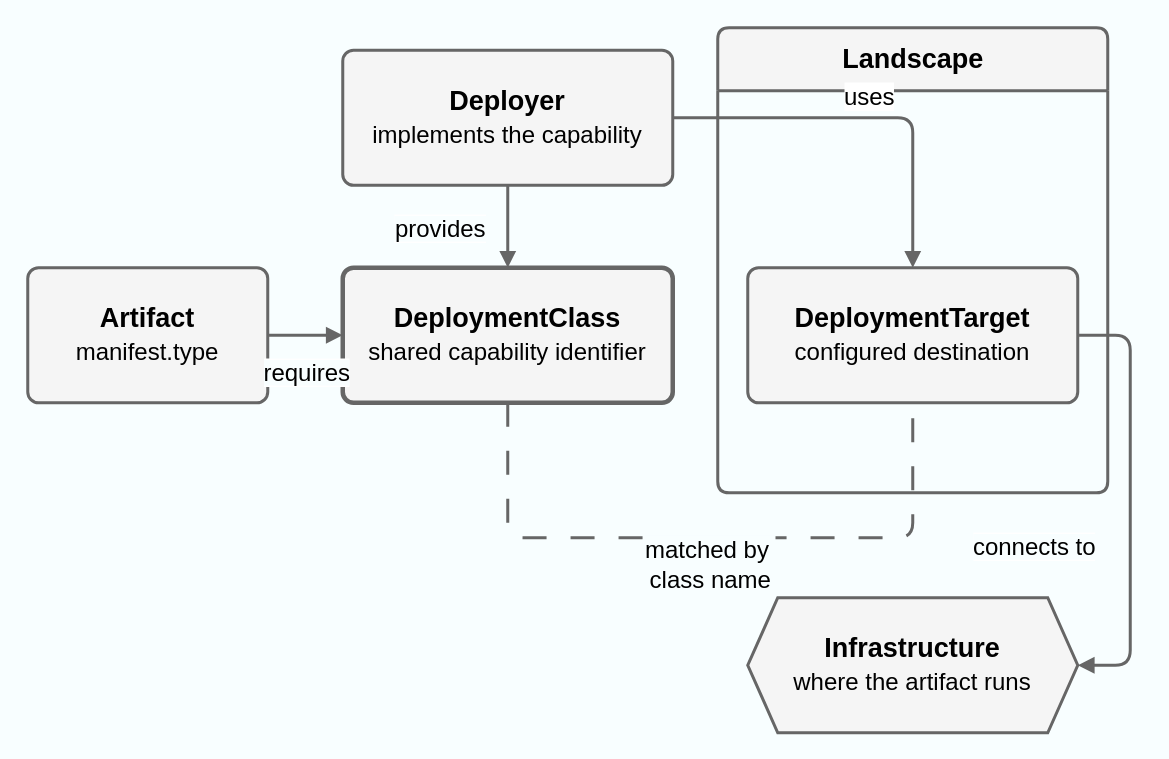
This is public/assets/diagrams/deployment-model.drawio from konfidence-project/konfidence-docs, a draw.io file, before an edit. Source tidied: cells renumbered, new cells numbered last; positions are measured from the earlier drawing's top-left corner, leaving out a move shared by most shapes. Both pictures are drawn from the tidied source at 150%, with x=0, y=0 at pixel (27, 27).
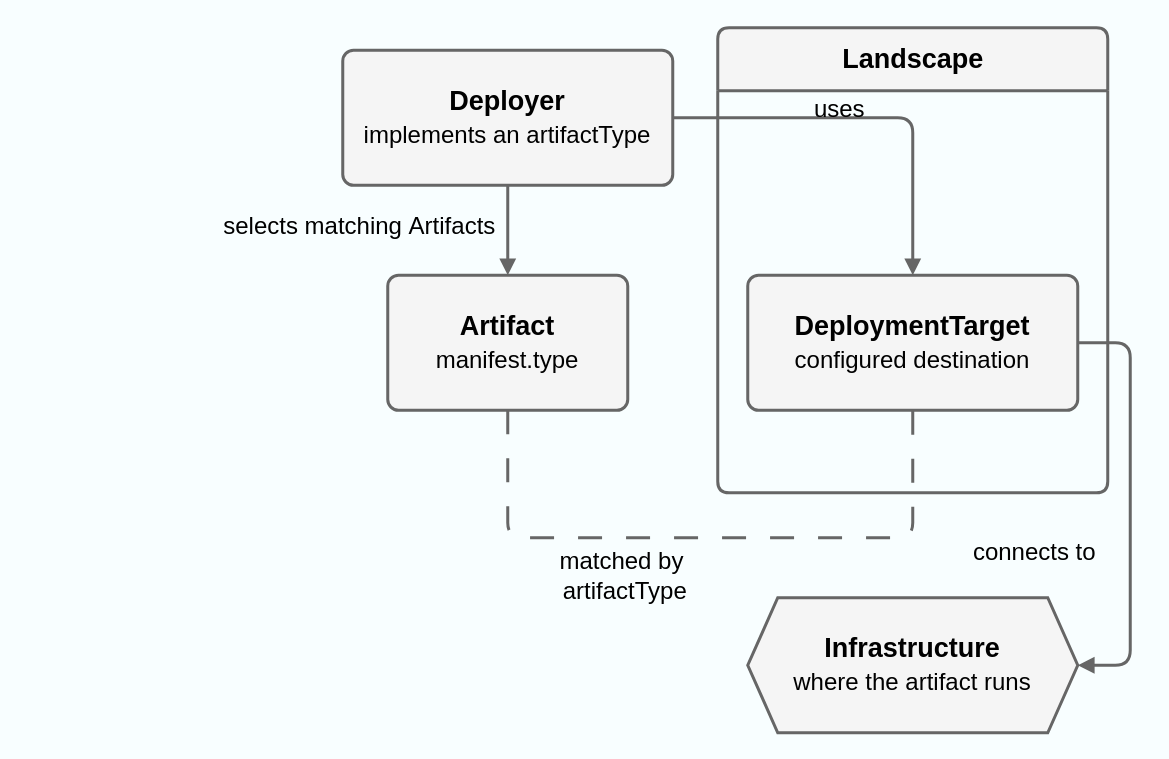
The same page after the edit.

Unchanged cells that the change refers to:
```xml
<mxCell id="5" value="&lt;b&gt;Landscape&lt;/b&gt;" style="swimlane;html=1;rounded=1;arcSize=6;startSize=42;horizontal=1;fillColor=#f5f5f5;strokeColor=#666666;strokeWidth=2;fontColor=#000000;fontSize=18;" parent="1" vertex="1">
  <mxGeometry x="460" width="260" height="310" as="geometry" />
</mxCell>
<mxCell id="7" value="&lt;b&gt;Infrastructure&lt;/b&gt;&lt;div&gt;&lt;font style=&quot;font-size: 16px;&quot;&gt;where the artifact runs&lt;/font&gt;&lt;/div&gt;" style="shape=hexagon;perimeter=hexagonPerimeter2;whiteSpace=wrap;html=1;fixedSize=1;fillColor=#f5f5f5;strokeColor=#666666;strokeWidth=2;fontColor=#000000;fontSize=18;" parent="1" vertex="1">
  <mxGeometry x="480" y="380" width="220" height="90" as="geometry" />
</mxCell>
<mxCell id="15" style="endArrow=block;endFill=1;strokeColor=#666666;strokeWidth=2;fontSize=16;fontColor=#000000;html=1;edgeStyle=orthogonalEdgeStyle;labelBackgroundColor=#F8FEFF;fillColor=#f5f5f5;exitX=1;exitY=0.5;exitDx=0;exitDy=0;entryX=0.5;entryY=0;entryDx=0;entryDy=0;" parent="1" edge="1" source="4" target="6">
  <mxGeometry relative="1" as="geometry" />
</mxCell>
```

Change to the diagram source:
```diff
@@
     <mxCell id="2" value="&lt;b&gt;Artifact&lt;/b&gt;&lt;div&gt;&lt;font style=&quot;font-size: 16px;&quot;&gt;manifest.type&lt;/font&gt;&lt;/div&gt;" style="rounded=1;arcSize=8;whiteSpace=wrap;html=1;fillColor=#f5f5f5;strokeColor=#666666;strokeWidth=2;fontColor=#000000;fontSize=18;" parent="1" vertex="1">
-      <mxGeometry y="160" width="160" height="90" as="geometry" />
+      <mxGeometry x="240" y="165" width="160" height="90" as="geometry" />
     </mxCell>
-    <mxCell id="3" value="&lt;b&gt;DeploymentClass&lt;/b&gt;&lt;div&gt;&lt;font style=&quot;font-size: 16px;&quot;&gt;shared capability identifier&lt;/font&gt;&lt;/div&gt;" style="rounded=1;arcSize=8;whiteSpace=wrap;html=1;fillColor=#f5f5f5;strokeColor=#666666;strokeWidth=3;fontColor=#000000;fontSize=18;" parent="1" vertex="1">
-      <mxGeometry x="210" y="160" width="220" height="90" as="geometry" />
-    </mxCell>
-    <mxCell id="4" value="&lt;b&gt;Deployer&lt;/b&gt;&lt;div&gt;&lt;font style=&quot;font-size: 16px;&quot;&gt;implements the capability&lt;/font&gt;&lt;/div&gt;" style="rounded=1;arcSize=8;whiteSpace=wrap;html=1;fillColor=#f5f5f5;strokeColor=#666666;strokeWidth=2;fontColor=#000000;fontSize=18;" parent="1" vertex="1">
+    <mxCell id="4" value="&lt;b&gt;Deployer&lt;/b&gt;&lt;div&gt;&lt;font style=&quot;font-size: 16px;&quot;&gt;implements an artifactType&lt;/font&gt;&lt;/div&gt;" style="rounded=1;arcSize=8;whiteSpace=wrap;html=1;fillColor=#f5f5f5;strokeColor=#666666;strokeWidth=2;fontColor=#000000;fontSize=18;" parent="1" vertex="1">
       <mxGeometry x="210" y="15" width="220" height="90" as="geometry" />
     </mxCell>
@@
     <mxCell id="6" value="&lt;b&gt;DeploymentTarget&lt;/b&gt;&lt;div&gt;&lt;font style=&quot;font-size: 16px;&quot;&gt;configured destination&lt;/font&gt;&lt;/div&gt;" style="rounded=1;arcSize=8;whiteSpace=wrap;html=1;fillColor=#f5f5f5;strokeColor=#666666;strokeWidth=2;fontColor=#000000;fontSize=18;" parent="5" vertex="1">
-      <mxGeometry x="20" y="160" width="220" height="90" as="geometry" />
+      <mxGeometry x="20" y="165" width="220" height="90" as="geometry" />
     </mxCell>
@@
-    <mxCell id="8" style="endArrow=block;endFill=1;strokeColor=#666666;strokeWidth=2;fontSize=16;fontColor=#000000;html=1;edgeStyle=orthogonalEdgeStyle;labelBackgroundColor=#F8FEFF;fillColor=#f5f5f5;" parent="1" edge="1" source="2" target="3">
-      <mxGeometry relative="1" as="geometry" />
-    </mxCell>
-    <mxCell id="9" value="&lt;span style=&quot;font-size: 16px; background-color: rgb(248, 254, 255);&quot;&gt;requires&lt;/span&gt;" style="edgeLabel;html=1;align=center;verticalAlign=middle;fontSize=16;" parent="8" vertex="1">
-      <mxGeometry relative="1" as="geometry">
-        <mxPoint y="24" as="offset" />
-      </mxGeometry>
-    </mxCell>
-    <mxCell id="10" style="endArrow=block;endFill=1;strokeColor=#666666;strokeWidth=2;fontSize=16;fontColor=#000000;html=1;edgeStyle=orthogonalEdgeStyle;labelBackgroundColor=#F8FEFF;exitX=0.5;exitY=1;exitDx=0;exitDy=0;entryX=0.5;entryY=0;entryDx=0;entryDy=0;fillColor=#f5f5f5;" parent="1" edge="1" source="4" target="3">
+    <mxCell id="10" style="endArrow=block;endFill=1;strokeColor=#666666;strokeWidth=2;fontSize=16;fontColor=#000000;html=1;edgeStyle=orthogonalEdgeStyle;labelBackgroundColor=#F8FEFF;exitX=0.5;exitY=1;exitDx=0;exitDy=0;fillColor=#f5f5f5;entryX=0.5;entryY=0;entryDx=0;entryDy=0;" parent="1" edge="1" source="4" target="2">
       <mxGeometry relative="1" as="geometry" />
     </mxCell>
-    <mxCell id="11" value="&lt;span style=&quot;font-size: 16px; background-color: rgb(248, 254, 255);&quot;&gt;provides&lt;/span&gt;" style="edgeLabel;html=1;align=center;verticalAlign=middle;fontSize=16;" parent="10" vertex="1">
+    <mxCell id="11" value="&lt;span style=&quot;&quot;&gt;selects matching&amp;nbsp;&lt;/span&gt;&lt;span style=&quot;color: light-dark(rgb(0, 0, 0), rgb(255, 255, 255));&quot;&gt;Artifacts&lt;/span&gt;" style="edgeLabel;html=1;align=center;verticalAlign=middle;fontSize=16;labelBackgroundColor=none;" parent="10" vertex="1">
       <mxGeometry relative="1" as="geometry">
-        <mxPoint x="-46" as="offset" />
+        <mxPoint x="-100" y="-4" as="offset" />
       </mxGeometry>
     </mxCell>
-    <mxCell id="12" value="matched by&amp;nbsp;&lt;div&gt;class name&lt;/div&gt;" style="endArrow=none;endFill=0;strokeColor=#666666;strokeWidth=2;fontSize=16;fontColor=#000000;html=1;edgeStyle=orthogonalEdgeStyle;labelBackgroundColor=#F8FEFF;fillColor=#f5f5f5;dashed=1;dashPattern=8 8;entryX=0.5;entryY=1;entryDx=0;entryDy=0;exitX=0.5;exitY=1;exitDx=0;exitDy=0;" parent="1" edge="1" source="3" target="6">
-      <mxGeometry y="-18" relative="1" as="geometry">
+    <mxCell id="12" value="matched by&amp;nbsp;&lt;div&gt;artifactType&lt;/div&gt;" style="endArrow=none;endFill=0;strokeColor=#666666;strokeWidth=2;fontSize=16;fontColor=#000000;html=1;edgeStyle=orthogonalEdgeStyle;labelBackgroundColor=none;fillColor=#f5f5f5;dashed=1;dashPattern=8 8;entryX=0.5;entryY=1;entryDx=0;entryDy=0;exitX=0.5;exitY=1;exitDx=0;exitDy=0;" parent="1" edge="1" source="2" target="6">
+      <mxGeometry x="-0.26" y="-25" relative="1" as="geometry">
         <Array as="points">
           <mxPoint x="320" y="340" />
           <mxPoint x="590" y="340" />
         </Array>
       </mxGeometry>
     </mxCell>
     <mxCell id="13" style="endArrow=block;endFill=1;strokeColor=#666666;strokeWidth=2;fontSize=16;fontColor=#000000;html=1;edgeStyle=orthogonalEdgeStyle;labelBackgroundColor=#F8FEFF;fillColor=#f5f5f5;exitX=1;exitY=0.5;exitDx=0;exitDy=0;entryX=1;entryY=0.5;entryDx=0;entryDy=0;" parent="1" edge="1" source="6" target="7">
       <mxGeometry relative="1" as="geometry">
         <Array as="points">
-          <mxPoint x="735" y="205" />
+          <mxPoint x="735" y="210" />
           <mxPoint x="735" y="425" />
         </Array>
       </mxGeometry>
     </mxCell>
-    <mxCell id="14" value="&lt;span style=&quot;font-size: 16px; background-color: rgb(248, 254, 255);&quot;&gt;connects to&lt;/span&gt;" style="edgeLabel;html=1;align=center;verticalAlign=middle;fontSize=16;" parent="13" vertex="1">
+    <mxCell id="14" value="&lt;span style=&quot;font-size: 16px;&quot;&gt;connects to&lt;/span&gt;" style="edgeLabel;html=1;align=center;verticalAlign=middle;fontSize=16;labelBackgroundColor=none;" parent="13" vertex="1">
       <mxGeometry relative="1" as="geometry">
         <mxPoint x="-65" y="30" as="offset" />
       </mxGeometry>
     </mxCell>
@@
-    <mxCell id="16" value="uses" style="edgeLabel;html=1;align=center;verticalAlign=middle;fontSize=16;" parent="15" vertex="1">
+    <mxCell id="16" value="uses" style="edgeLabel;html=1;align=center;verticalAlign=middle;fontSize=16;labelBackgroundColor=none;" parent="15" vertex="1">
       <mxGeometry relative="1" as="geometry">
-        <mxPoint y="-15" as="offset" />
+        <mxPoint x="-23" y="-7" as="offset" />
       </mxGeometry>
     </mxCell>
```
